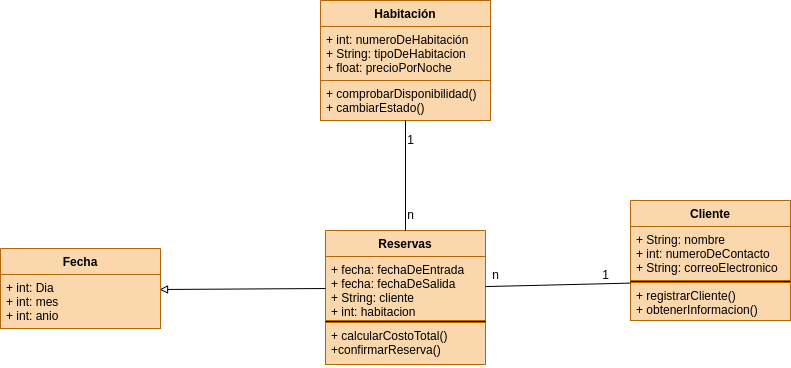
Above: Sistema_de_Hoteles.drawio.png in nexphernandez/Diagramas-de-Clase (draw.io), before the change. Source tidied: cells renumbered, new cells last; positions are measured from the earlier drawing's top-left corner, leaving out a move shared by most shapes.
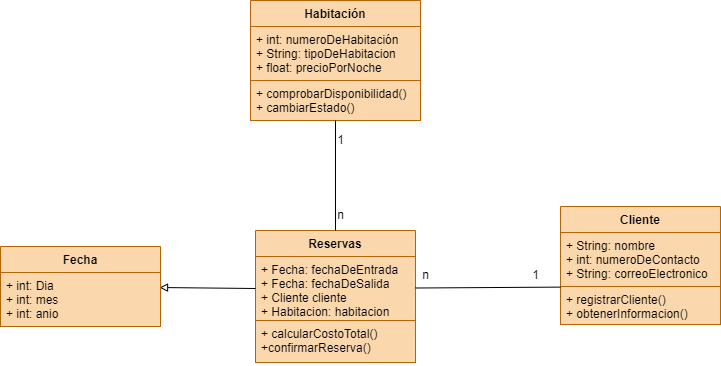
Above is the later version.

What changed in the source:
```diff
@@ -1,4 +1,4 @@
-<mxGraphModel>
+<mxGraphModel background="#ffffff">
   <root>
     <mxCell id="0" />
     <mxCell id="1" parent="0" />
@@ -15,28 +15,28 @@
       <mxGeometry y="80" width="170" height="40" as="geometry" />
     </mxCell>
     <mxCell id="6" value="Cliente" style="swimlane;fontStyle=1;align=center;verticalAlign=top;horizontal=1;startSize=26;fillColor=#fad7ac;strokeColor=#b46504;" parent="1" vertex="1">
-      <mxGeometry x="630" y="200" width="160" height="120" as="geometry" />
+      <mxGeometry x="630" y="206" width="160" height="118" as="geometry" />
     </mxCell>
     <mxCell id="7" value="+ String: nombre&#10;+ int: numeroDeContacto&#10;+ String: correoElectronico" style="text;strokeColor=#b46504;fillColor=#fad7ac;align=left;verticalAlign=top;spacingLeft=4;spacingRight=4;overflow=hidden;" parent="6" vertex="1">
       <mxGeometry y="26" width="160" height="54" as="geometry" />
     </mxCell>
     <mxCell id="8" style="line;strokeWidth=1;align=left;verticalAlign=middle;spacingTop=-1;spacingLeft=3;spacingRight=3;labelPosition=right;" parent="6" vertex="1">
-      <mxGeometry y="80" width="160" height="2" as="geometry" />
+      <mxGeometry y="80" width="160" as="geometry" />
     </mxCell>
     <mxCell id="9" value="+ registrarCliente()&#10;+ obtenerInformacion()&#10;" style="text;strokeColor=#b46504;fillColor=#fad7ac;align=left;verticalAlign=top;spacingLeft=4;spacingRight=4;overflow=hidden;points=[[0,0.5],[1,0.5]];portConstraint=eastwest;" parent="6" vertex="1">
-      <mxGeometry y="82" width="160" height="38" as="geometry" />
+      <mxGeometry y="80" width="160" height="38" as="geometry" />
     </mxCell>
     <mxCell id="10" value="Reservas" style="swimlane;fontStyle=1;align=center;verticalAlign=top;horizontal=1;startSize=26;fillColor=#fad7ac;strokeColor=#b46504;" parent="1" vertex="1">
-      <mxGeometry x="325" y="230" width="160" height="134" as="geometry" />
+      <mxGeometry x="325" y="230" width="160" height="132" as="geometry" />
     </mxCell>
-    <mxCell id="11" value="+ fecha: fechaDeEntrada&#10;+ fecha: fechaDeSalida&#10;+ String: cliente&#10;+ int: habitacion" style="text;strokeColor=#b46504;fillColor=#fad7ac;align=left;verticalAlign=top;spacingLeft=4;spacingRight=4;overflow=hidden;points=[[0,0.5],[1,0.5]];portConstraint=eastwest;" parent="10" vertex="1">
+    <mxCell id="11" value="+ Fecha: fechaDeEntrada&#10;+ Fecha: fechaDeSalida&#10;+ Cliente cliente&#10;+ Habitacion: habitacion" style="text;strokeColor=#b46504;fillColor=#fad7ac;align=left;verticalAlign=top;spacingLeft=4;spacingRight=4;overflow=hidden;points=[[0,0.5],[1,0.5]];portConstraint=eastwest;" parent="10" vertex="1">
       <mxGeometry y="26" width="160" height="64" as="geometry" />
     </mxCell>
     <mxCell id="12" style="line;strokeWidth=1;align=left;verticalAlign=middle;spacingTop=-1;spacingLeft=3;spacingRight=3;labelPosition=right;" parent="10" vertex="1">
-      <mxGeometry y="90" width="160" height="2" as="geometry" />
+      <mxGeometry y="90" width="160" as="geometry" />
     </mxCell>
     <mxCell id="13" value="+ calcularCostoTotal()&#10;+confirmarReserva()" style="text;strokeColor=#b46504;fillColor=#fad7ac;align=left;verticalAlign=top;spacingLeft=4;spacingRight=4;overflow=hidden;" parent="10" vertex="1">
-      <mxGeometry y="92" width="160" height="42" as="geometry" />
+      <mxGeometry y="90" width="160" height="42" as="geometry" />
     </mxCell>
     <mxCell id="14" style="edgeStyle=none;html=1;entryX=0.5;entryY=0;entryDx=0;entryDy=0;endArrow=none;endFill=0;" parent="1" edge="1" source="5" target="10">
       <mxGeometry relative="1" as="geometry" />
@@ -60,7 +60,7 @@
       <mxGeometry relative="1" as="geometry" />
     </mxCell>
     <mxCell id="21" value="Fecha" style="swimlane;fontStyle=1;align=center;verticalAlign=top;horizontal=1;startSize=26;fillColor=#fad7ac;strokeColor=#b46504;" parent="1" vertex="1">
-      <mxGeometry y="248" width="160" height="80" as="geometry" />
+      <mxGeometry x="70" y="246" width="160" height="80" as="geometry" />
     </mxCell>
     <mxCell id="22" value="+ int: Dia&#10;+ int: mes&#10;+ int: anio" style="text;strokeColor=#b46504;fillColor=#fad7ac;align=left;verticalAlign=top;spacingLeft=4;spacingRight=4;overflow=hidden;points=[[0,0.5],[1,0.5]];portConstraint=eastwest;" parent="21" vertex="1">
       <mxGeometry y="26" width="160" height="54" as="geometry" />
```
